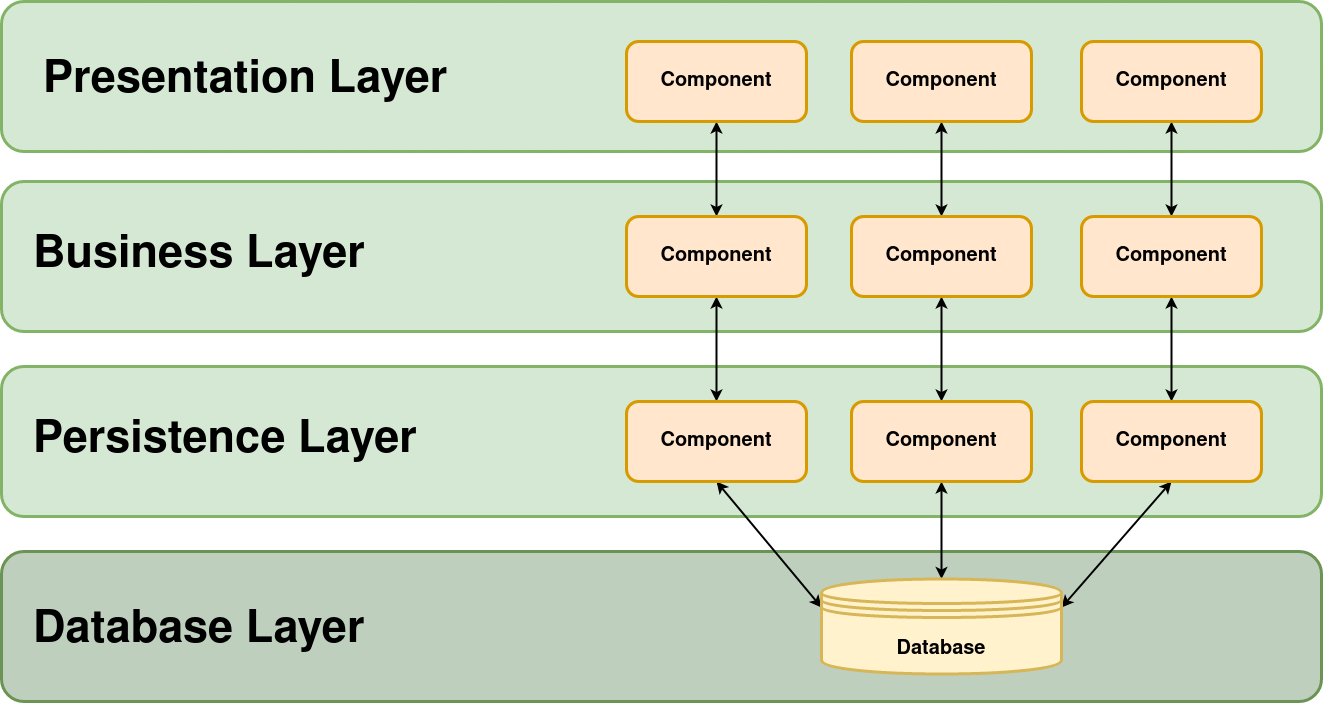
This is layered-architecture/diagram.png from carltheperson/same-app-different-design-patterns, a draw.io export, as it was before one commit. Source tidied: cells renumbered, new cells last; positions are measured from the earlier drawing's top-left corner, leaving out a move shared by most shapes.
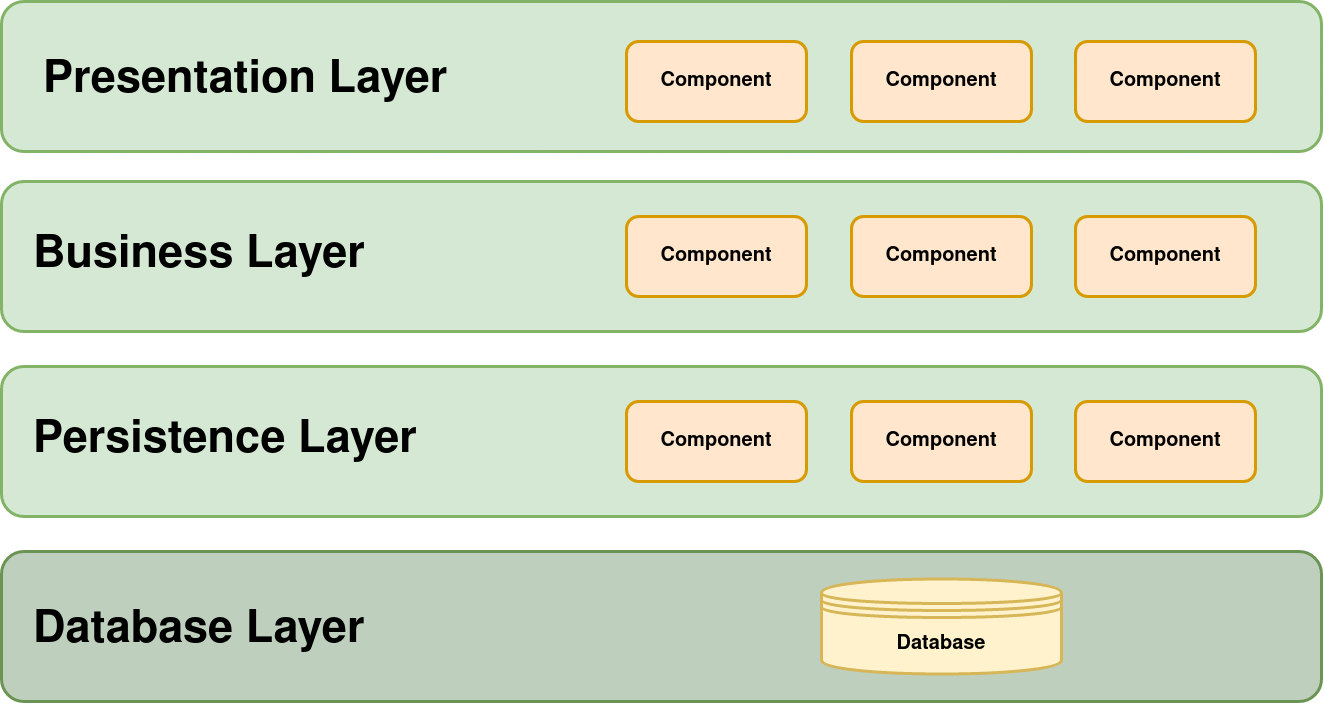
The same file after the commit.

Commit message:
Changed layer diagram (removed arrows)

The edit, as a diff of the source:
```diff
@@ -26,59 +26,32 @@
     <mxCell id="9" value="&lt;div align=&quot;left&quot;&gt;&lt;font style=&quot;font-size: 45px&quot;&gt;&lt;b&gt;Database Layer&lt;br&gt;&lt;/b&gt;&lt;/font&gt;&lt;/div&gt;" style="text;html=1;strokeColor=none;fillColor=none;align=left;verticalAlign=middle;whiteSpace=wrap;rounded=0;" parent="1" vertex="1">
       <mxGeometry x="30" y="620" width="440" height="20" as="geometry" />
     </mxCell>
-    <mxCell id="10" style="edgeStyle=orthogonalEdgeStyle;rounded=1;jettySize=auto;html=1;exitX=0.5;exitY=1;exitDx=0;exitDy=0;strokeWidth=2;shadow=0;startArrow=classic;startFill=1;" parent="1" edge="1" source="11" target="17">
-      <mxGeometry relative="1" as="geometry" />
-    </mxCell>
     <mxCell id="11" value="&lt;font style=&quot;font-size: 20px&quot;&gt;&lt;b&gt;&lt;font style=&quot;font-size: 20px&quot;&gt;Component&lt;/font&gt;&lt;/b&gt;&lt;/font&gt;" style="rounded=1;whiteSpace=wrap;html=1;strokeColor=#d79b00;strokeWidth=3;fillColor=#ffe6cc;" parent="1" vertex="1">
       <mxGeometry x="625" y="40" width="180" height="80" as="geometry" />
     </mxCell>
-    <mxCell id="12" style="edgeStyle=none;rounded=0;jettySize=auto;html=1;exitX=0.5;exitY=1;exitDx=0;exitDy=0;startArrow=classic;startFill=1;strokeWidth=2;" parent="1" edge="1" source="13" target="19">
-      <mxGeometry relative="1" as="geometry" />
-    </mxCell>
     <mxCell id="13" value="&lt;font style=&quot;font-size: 20px&quot;&gt;&lt;b&gt;&lt;font style=&quot;font-size: 20px&quot;&gt;Component&lt;/font&gt;&lt;/b&gt;&lt;/font&gt;" style="rounded=1;whiteSpace=wrap;html=1;strokeColor=#d79b00;strokeWidth=3;fillColor=#ffe6cc;" parent="1" vertex="1">
       <mxGeometry x="850" y="40" width="180" height="80" as="geometry" />
     </mxCell>
-    <mxCell id="14" style="edgeStyle=none;rounded=0;jettySize=auto;html=1;exitX=0.5;exitY=1;exitDx=0;exitDy=0;startArrow=classic;startFill=1;strokeWidth=2;" parent="1" edge="1" source="15" target="21">
-      <mxGeometry relative="1" as="geometry" />
-    </mxCell>
     <mxCell id="15" value="&lt;font style=&quot;font-size: 20px&quot;&gt;&lt;b&gt;&lt;font style=&quot;font-size: 20px&quot;&gt;Component&lt;/font&gt;&lt;/b&gt;&lt;/font&gt;" style="rounded=1;whiteSpace=wrap;html=1;strokeColor=#d79b00;strokeWidth=3;fillColor=#ffe6cc;" parent="1" vertex="1">
-      <mxGeometry x="1080" y="40" width="180" height="80" as="geometry" />
+      <mxGeometry x="1074" y="40" width="180" height="80" as="geometry" />
     </mxCell>
-    <mxCell id="16" style="edgeStyle=orthogonalEdgeStyle;rounded=0;jettySize=auto;html=1;exitX=0.5;exitY=1;exitDx=0;exitDy=0;strokeWidth=2;startArrow=classic;startFill=1;" parent="1" edge="1" source="17" target="23">
-      <mxGeometry relative="1" as="geometry" />
-    </mxCell>
     <mxCell id="17" value="&lt;font style=&quot;font-size: 20px&quot;&gt;&lt;b&gt;&lt;font style=&quot;font-size: 20px&quot;&gt;Component&lt;/font&gt;&lt;/b&gt;&lt;/font&gt;" style="rounded=1;whiteSpace=wrap;html=1;strokeColor=#d79b00;strokeWidth=3;fillColor=#ffe6cc;" parent="1" vertex="1">
       <mxGeometry x="625" y="215" width="180" height="80" as="geometry" />
     </mxCell>
-    <mxCell id="18" style="edgeStyle=none;rounded=0;jettySize=auto;html=1;exitX=0.5;exitY=1;exitDx=0;exitDy=0;strokeWidth=2;startArrow=classic;startFill=1;" parent="1" edge="1" source="19" target="25">
-      <mxGeometry relative="1" as="geometry" />
-    </mxCell>
     <mxCell id="19" value="&lt;font style=&quot;font-size: 20px&quot;&gt;&lt;b&gt;&lt;font style=&quot;font-size: 20px&quot;&gt;Component&lt;/font&gt;&lt;/b&gt;&lt;/font&gt;" style="rounded=1;whiteSpace=wrap;html=1;strokeColor=#d79b00;strokeWidth=3;fillColor=#ffe6cc;" parent="1" vertex="1">
       <mxGeometry x="850" y="215" width="180" height="80" as="geometry" />
     </mxCell>
-    <mxCell id="20" style="edgeStyle=none;rounded=0;jettySize=auto;html=1;exitX=0.5;exitY=1;exitDx=0;exitDy=0;strokeWidth=2;startArrow=classic;startFill=1;" parent="1" edge="1" source="21" target="27">
-      <mxGeometry relative="1" as="geometry" />
-    </mxCell>
     <mxCell id="21" value="&lt;font style=&quot;font-size: 20px&quot;&gt;&lt;b&gt;&lt;font style=&quot;font-size: 20px&quot;&gt;Component&lt;/font&gt;&lt;/b&gt;&lt;/font&gt;" style="rounded=1;whiteSpace=wrap;html=1;strokeColor=#d79b00;strokeWidth=3;fillColor=#ffe6cc;" parent="1" vertex="1">
-      <mxGeometry x="1080" y="215" width="180" height="80" as="geometry" />
+      <mxGeometry x="1074" y="215" width="180" height="80" as="geometry" />
     </mxCell>
-    <mxCell id="22" style="rounded=0;jettySize=auto;html=1;exitX=0.5;exitY=1;exitDx=0;exitDy=0;entryX=0;entryY=0.3;entryDx=0;entryDy=0;strokeWidth=2;startArrow=classic;startFill=1;" parent="1" edge="1" source="23" target="28">
-      <mxGeometry relative="1" as="geometry" />
-    </mxCell>
     <mxCell id="23" value="&lt;font style=&quot;font-size: 20px&quot;&gt;&lt;b&gt;&lt;font style=&quot;font-size: 20px&quot;&gt;Component&lt;/font&gt;&lt;/b&gt;&lt;/font&gt;" style="rounded=1;whiteSpace=wrap;html=1;strokeColor=#d79b00;strokeWidth=3;fillColor=#ffe6cc;" parent="1" vertex="1">
       <mxGeometry x="625" y="400" width="180" height="80" as="geometry" />
     </mxCell>
-    <mxCell id="24" style="edgeStyle=none;rounded=0;jettySize=auto;html=1;exitX=0.5;exitY=1;exitDx=0;exitDy=0;strokeWidth=2;startArrow=classic;startFill=1;" parent="1" edge="1" source="25" target="28">
-      <mxGeometry relative="1" as="geometry" />
-    </mxCell>
     <mxCell id="25" value="&lt;font style=&quot;font-size: 20px&quot;&gt;&lt;b&gt;&lt;font style=&quot;font-size: 20px&quot;&gt;Component&lt;/font&gt;&lt;/b&gt;&lt;/font&gt;" style="rounded=1;whiteSpace=wrap;html=1;strokeColor=#d79b00;strokeWidth=3;fillColor=#ffe6cc;" parent="1" vertex="1">
       <mxGeometry x="850" y="400" width="180" height="80" as="geometry" />
     </mxCell>
-    <mxCell id="26" style="edgeStyle=none;rounded=0;jettySize=auto;html=1;exitX=0.5;exitY=1;exitDx=0;exitDy=0;entryX=1;entryY=0.3;entryDx=0;entryDy=0;startArrow=classic;startFill=1;strokeWidth=2;" parent="1" edge="1" source="27" target="28">
-      <mxGeometry relative="1" as="geometry" />
-    </mxCell>
     <mxCell id="27" value="&lt;font style=&quot;font-size: 20px&quot;&gt;&lt;b&gt;&lt;font style=&quot;font-size: 20px&quot;&gt;Component&lt;/font&gt;&lt;/b&gt;&lt;/font&gt;" style="rounded=1;whiteSpace=wrap;html=1;strokeColor=#d79b00;strokeWidth=3;fillColor=#ffe6cc;" parent="1" vertex="1">
-      <mxGeometry x="1080" y="400" width="180" height="80" as="geometry" />
+      <mxGeometry x="1074" y="400" width="180" height="80" as="geometry" />
     </mxCell>
     <mxCell id="28" value="&lt;font style=&quot;font-size: 20px&quot;&gt;&lt;b&gt;Database&lt;/b&gt;&lt;/font&gt;" style="shape=datastore;whiteSpace=wrap;html=1;strokeColor=#d6b656;strokeWidth=3;fillColor=#fff2cc;" parent="1" vertex="1">
       <mxGeometry x="820" y="577.5" width="240" height="95" as="geometry" />
```
